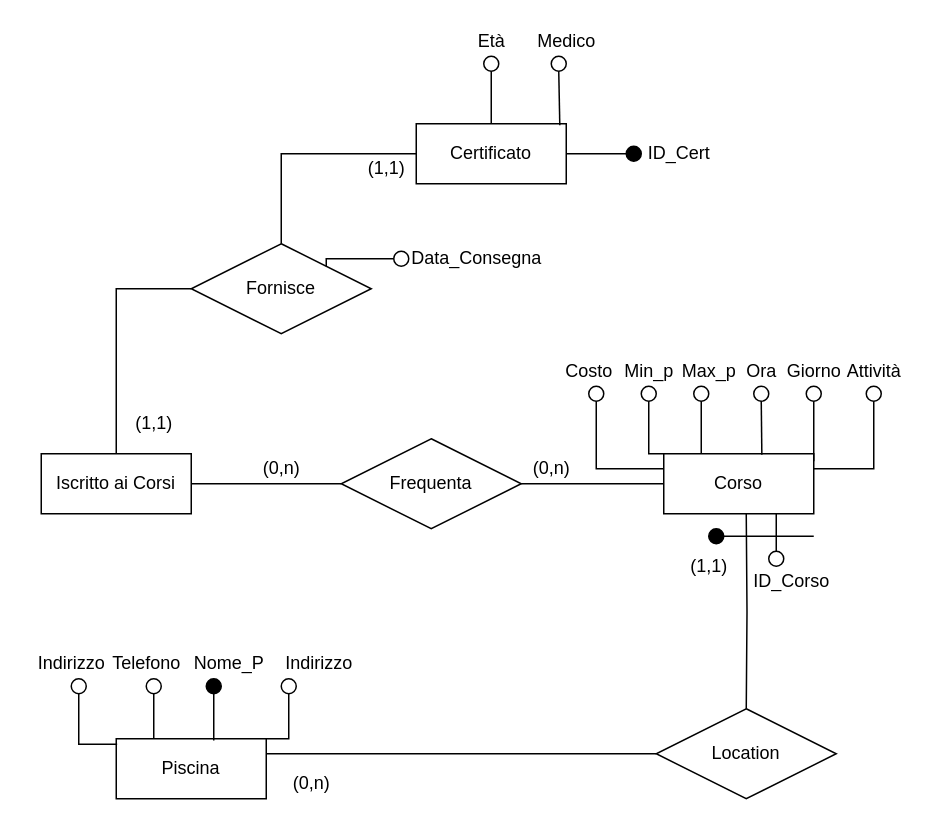
Above: ER Diagrams/temp2.drawio in fra-dln/PiscineComunali (draw.io), before the change. Source tidied: cells renumbered, new cells numbered last; positions are measured from the earlier drawing's top-left corner, leaving out a move shared by most shapes. Both pictures are drawn from the tidied source at 150%, with x=0, y=0 at pixel (26, 26).
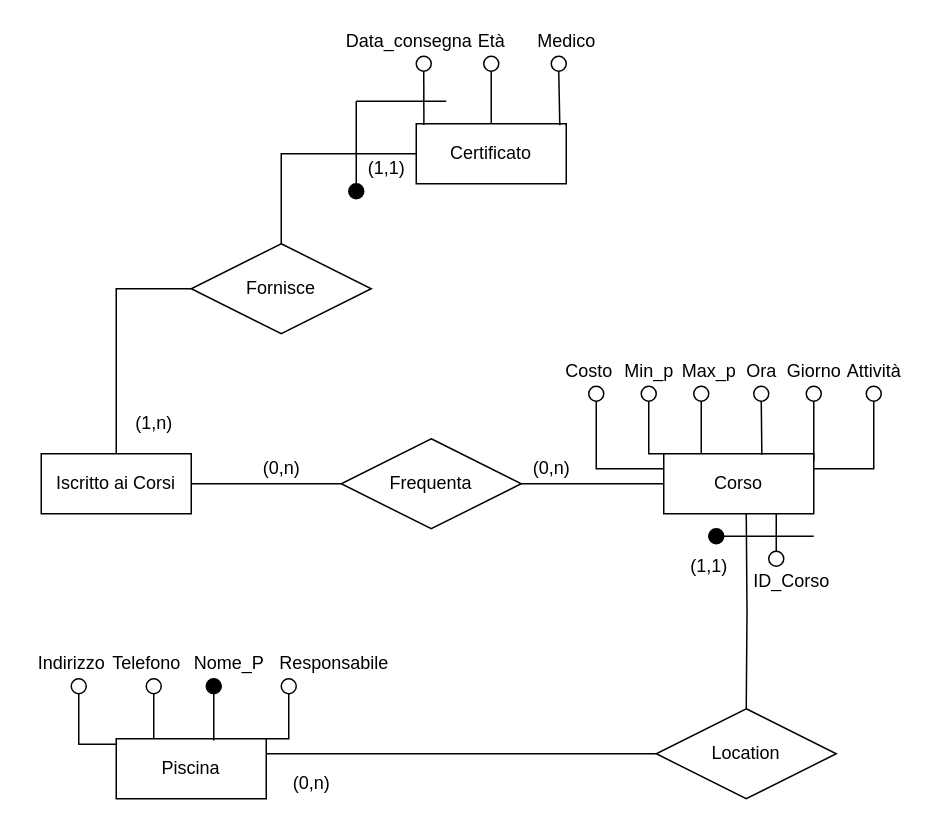
Above is the later version.

The change refers to these unchanged cells:
```xml
<mxCell id="52" value="Fornisce" style="shape=rhombus;perimeter=rhombusPerimeter;whiteSpace=wrap;html=1;align=center;" parent="1" vertex="1">
  <mxGeometry x="110" y="145" width="120" height="60" as="geometry" />
</mxCell>
<mxCell id="54" value="Certificato" style="whiteSpace=wrap;html=1;align=center;" parent="1" vertex="1">
  <mxGeometry x="260" y="65" width="100" height="40" as="geometry" />
</mxCell>
```

The edit, as a diff of the source:
```diff
@@
-    <mxCell id="50" value="Indirizzo" style="text;html=1;align=center;verticalAlign=middle;strokeColor=none;fillColor=none;" parent="1" vertex="1">
-      <mxGeometry x="165" y="415" width="60" height="20" as="geometry" />
+    <mxCell id="50" value="Responsabile" style="text;html=1;align=center;verticalAlign=middle;strokeColor=none;fillColor=none;" parent="1" vertex="1">
+      <mxGeometry x="160" y="415" width="90" height="20" as="geometry" />
     </mxCell>
@@
-    <mxCell id="53" style="edgeStyle=orthogonalEdgeStyle;rounded=0;jettySize=auto;html=1;exitX=1;exitY=0.5;exitDx=0;exitDy=0;entryX=0;entryY=0.5;entryDx=0;entryDy=0;endArrow=none;endFill=0;fillColor=#000000;" parent="1" edge="1" source="54" target="61">
-      <mxGeometry relative="1" as="geometry" />
-    </mxCell>
@@
-    <mxCell id="55" style="edgeStyle=orthogonalEdgeStyle;rounded=0;jettySize=auto;html=1;exitX=0;exitY=0.5;exitDx=0;exitDy=0;entryX=1;entryY=0;entryDx=0;entryDy=0;endArrow=none;endFill=0;fillColor=#000000;" parent="1" edge="1" source="56" target="52">
-      <mxGeometry relative="1" as="geometry">
-        <Array as="points">
-          <mxPoint x="200" y="155" />
-        </Array>
-      </mxGeometry>
-    </mxCell>
-    <mxCell id="56" style="ellipse;whiteSpace=wrap;html=1;" parent="1" vertex="1">
-      <mxGeometry x="245" y="150" width="10" height="10" as="geometry" />
-    </mxCell>
@@
-    <mxCell id="61" style="ellipse;whiteSpace=wrap;html=1;fillColor=#000000;" parent="1" vertex="1">
-      <mxGeometry x="400" y="80" width="10" height="10" as="geometry" />
-    </mxCell>
-    <mxCell id="62" value="ID_Cert" style="text;html=1;align=center;verticalAlign=middle;strokeColor=none;fillColor=none;" parent="1" vertex="1">
-      <mxGeometry x="405" y="75" width="60" height="20" as="geometry" />
-    </mxCell>
@@
-    <mxCell id="65" value="Data_Consegna" style="text;html=1;align=center;verticalAlign=middle;strokeColor=none;fillColor=none;" parent="1" vertex="1">
-      <mxGeometry x="250" y="145" width="100" height="20" as="geometry" />
-    </mxCell>
@@
-    <mxCell id="67" value="(1,1)" style="text;html=1;align=center;verticalAlign=middle;strokeColor=none;fillColor=none;" parent="1" vertex="1">
+    <mxCell id="67" value="(1,n)" style="text;html=1;align=center;verticalAlign=middle;strokeColor=none;fillColor=none;" parent="1" vertex="1">
       <mxGeometry x="65" y="255" width="40" height="20" as="geometry" />
     </mxCell>
+    <mxCell id="68" style="edgeStyle=orthogonalEdgeStyle;rounded=0;jettySize=auto;html=1;exitX=0.5;exitY=1;exitDx=0;exitDy=0;entryX=0.051;entryY=0.021;entryDx=0;entryDy=0;entryPerimeter=0;endArrow=none;endFill=0;" parent="1" edge="1" source="69" target="54">
+      <mxGeometry relative="1" as="geometry" />
+    </mxCell>
+    <mxCell id="69" style="ellipse;whiteSpace=wrap;html=1;" parent="1" vertex="1">
+      <mxGeometry x="260" y="20" width="10" height="10" as="geometry" />
+    </mxCell>
+    <mxCell id="70" value="Data_consegna" style="text;html=1;align=center;verticalAlign=middle;strokeColor=none;fillColor=none;" parent="1" vertex="1">
+      <mxGeometry x="205" width="100" height="20" as="geometry" />
+    </mxCell>
+    <mxCell id="71" style="endArrow=none;html=1;rounded=0;" parent="1" edge="1">
+      <mxGeometry relative="1" as="geometry">
+        <mxPoint x="220" y="110" as="sourcePoint" />
+        <mxPoint x="220" y="50" as="targetPoint" />
+      </mxGeometry>
+    </mxCell>
+    <mxCell id="72" style="endArrow=none;html=1;rounded=0;" parent="1" edge="1">
+      <mxGeometry relative="1" as="geometry">
+        <mxPoint x="280" y="50" as="sourcePoint" />
+        <mxPoint x="220" y="50" as="targetPoint" />
+      </mxGeometry>
+    </mxCell>
+    <mxCell id="73" style="ellipse;whiteSpace=wrap;html=1;fillColor=#000000;" parent="1" vertex="1">
+      <mxGeometry x="215" y="105" width="10" height="10" as="geometry" />
+    </mxCell>
```
